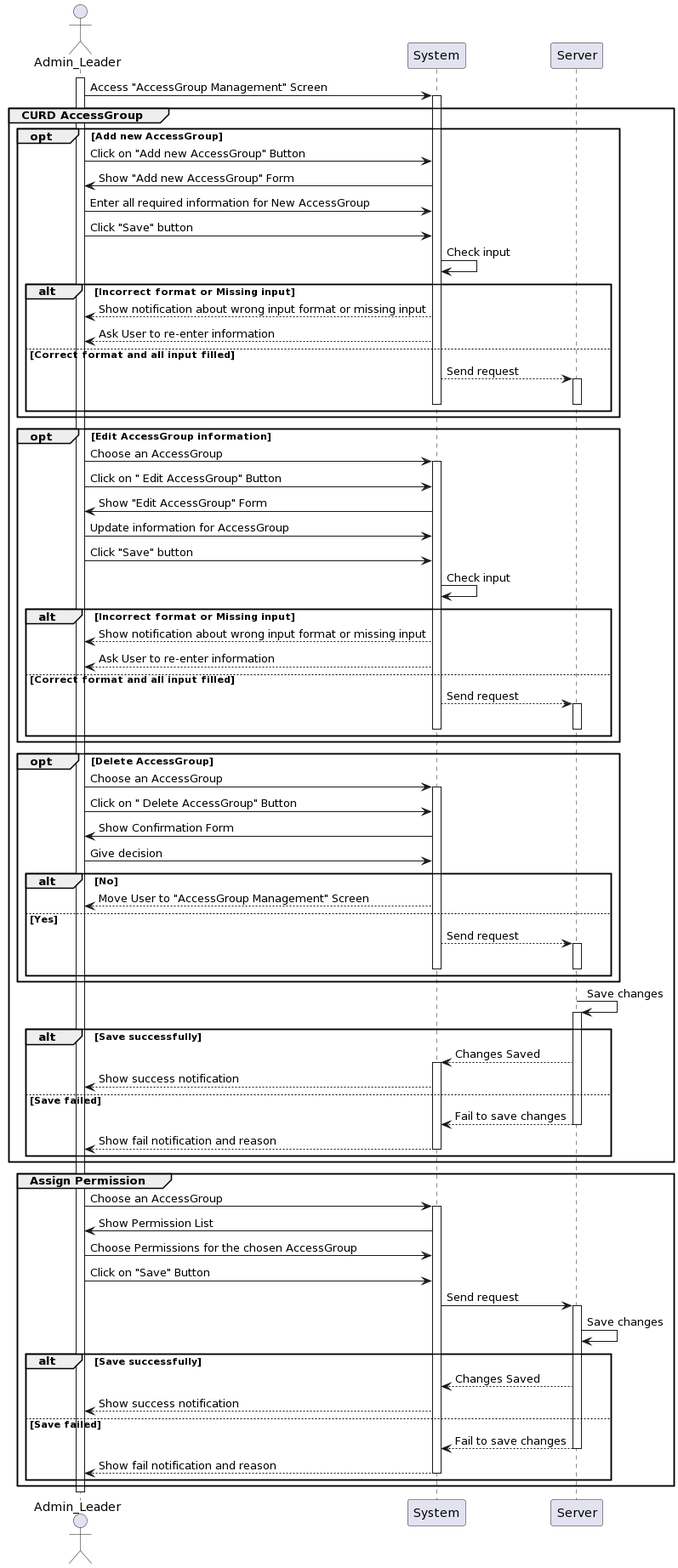
This is Lab1/Lab1.2/SequenceDiagram/SystemManagement/AccessGroupManagement/AccessGroupManagement_SequenceDiagram.png from khoapham1003/SE357-Pratice-class, a PlantUML export, as it was before one commit. Source of this version:
```plantuml
@startuml
actor Admin_Leader as User
participant System
participant Server

activate User
User -> System: Access "AccessGroup Management" Screen
activate System

group CURD AccessGroup

opt Add new AccessGroup
    User -> System: Click on "Add new AccessGroup" Button
    System -> User: Show "Add new AccessGroup" Form
    User -> System: Enter all required information for New AccessGroup
    User -> System: Click "Save" button
    System -> System: Check input
    alt Incorrect format or Missing input
        System --> User: Show notification about wrong input format or missing input
        System --> User: Ask User to re-enter information
    else Correct format and all input filled
       System --> Server: Send request
activate Server
deactivate System
deactivate Server
    end
end

opt Edit AccessGroup information

    User -> System: Choose an AccessGroup
activate System
    User -> System: Click on " Edit AccessGroup" Button
    System -> User: Show "Edit AccessGroup" Form
    User -> System: Update information for AccessGroup
    User -> System: Click "Save" button
    System -> System: Check input
    alt Incorrect format or Missing input
        System --> User: Show notification about wrong input format or missing input
        System --> User: Ask User to re-enter information
    else Correct format and all input filled
       System --> Server: Send request
activate Server
deactivate System
deactivate Server
    end
end

opt Delete AccessGroup
    User -> System: Choose an AccessGroup
activate System
    User -> System: Click on " Delete AccessGroup" Button
    System -> User: Show Confirmation Form
    User -> System: Give decision
    alt No
        System--> User: Move User to "AccessGroup Management" Screen
    else Yes
       System --> Server: Send request
activate Server
deactivate System
deactivate Server
    end
end
    Server -> Server: Save changes
activate Server
    alt Save successfully
        Server --> System: Changes Saved
activate System
        System --> User: Show success notification
    else Save failed
        Server --> System: Fail to save changes
deactivate Server
        System --> User: Show fail notification and reason
deactivate System
    end
end

group Assign Permission
    User -> System: Choose an AccessGroup
activate System
    System -> User: Show Permission List
    User -> System: Choose Permissions for the chosen AccessGroup
    User -> System: Click on "Save" Button
    System -> Server: Send request
activate Server
    Server -> Server: Save changes
    alt Save successfully
        Server --> System: Changes Saved
        System --> User: Show success notification
    else Save failed
        Server --> System: Fail to save changes
deactivate Server
        System --> User: Show fail notification and reason
deactivate System
    end
end
deactivate Server
deactivate User
@enduml
```
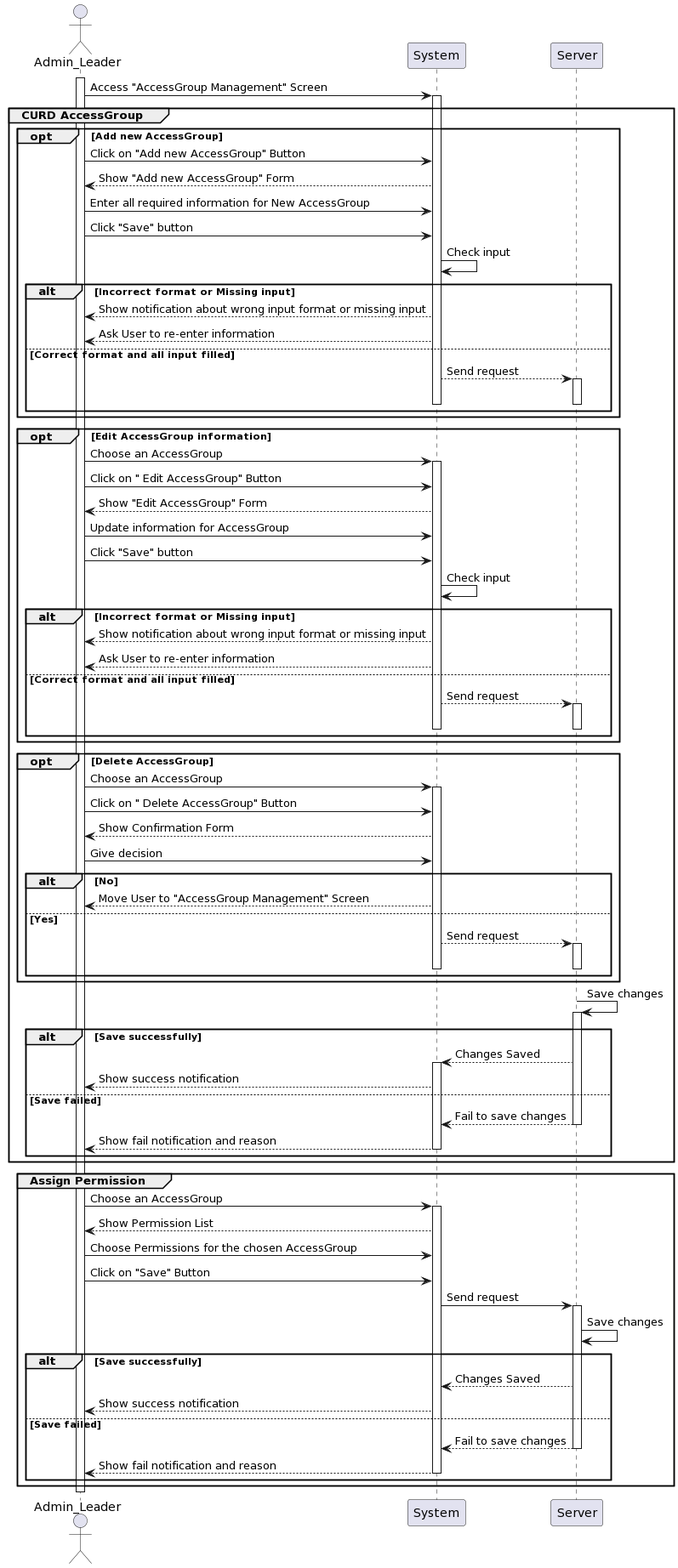
Above is the later version.

Diff of the diagram source:
```diff
@@ -11,7 +11,7 @@
 
 opt Add new AccessGroup
     User -> System: Click on "Add new AccessGroup" Button
-    System -> User: Show "Add new AccessGroup" Form
+    System --> User: Show "Add new AccessGroup" Form
     User -> System: Enter all required information for New AccessGroup
     User -> System: Click "Save" button
     System -> System: Check input
@@ -31,7 +31,7 @@
     User -> System: Choose an AccessGroup
 activate System
     User -> System: Click on " Edit AccessGroup" Button
-    System -> User: Show "Edit AccessGroup" Form
+    System --> User: Show "Edit AccessGroup" Form
     User -> System: Update information for AccessGroup
     User -> System: Click "Save" button
     System -> System: Check input
@@ -50,7 +50,7 @@
     User -> System: Choose an AccessGroup
 activate System
     User -> System: Click on " Delete AccessGroup" Button
-    System -> User: Show Confirmation Form
+    System --> User: Show Confirmation Form
     User -> System: Give decision
     alt No
         System--> User: Move User to "AccessGroup Management" Screen
@@ -78,7 +78,7 @@
 group Assign Permission
     User -> System: Choose an AccessGroup
 activate System
-    System -> User: Show Permission List
+    System --> User: Show Permission List
     User -> System: Choose Permissions for the chosen AccessGroup
     User -> System: Click on "Save" Button
     System -> Server: Send request
```
